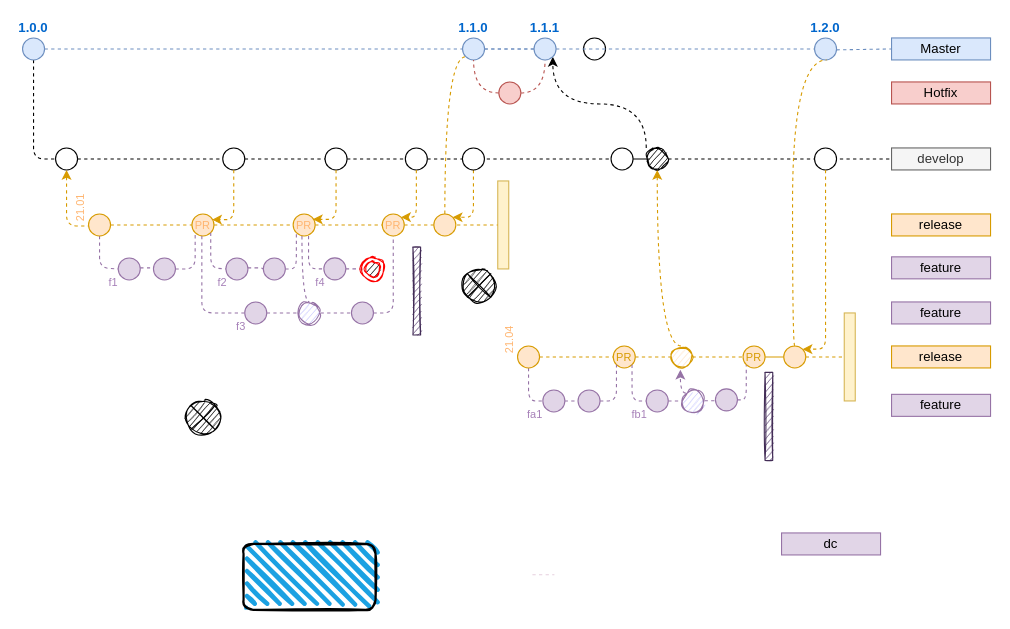
Above: page "mw-roa-rel-simple" (4 of 5) of Untitled Diagram.drawio in salmen/gitflowdiagram (draw.io), before the change. Source tidied: cells renumbered, new cells numbered last; positions are measured from the earlier drawing's top-left corner, leaving out a move shared by most shapes. Both pictures are drawn from the tidied source at 110%, with x=0, y=0 at pixel (22, 37).
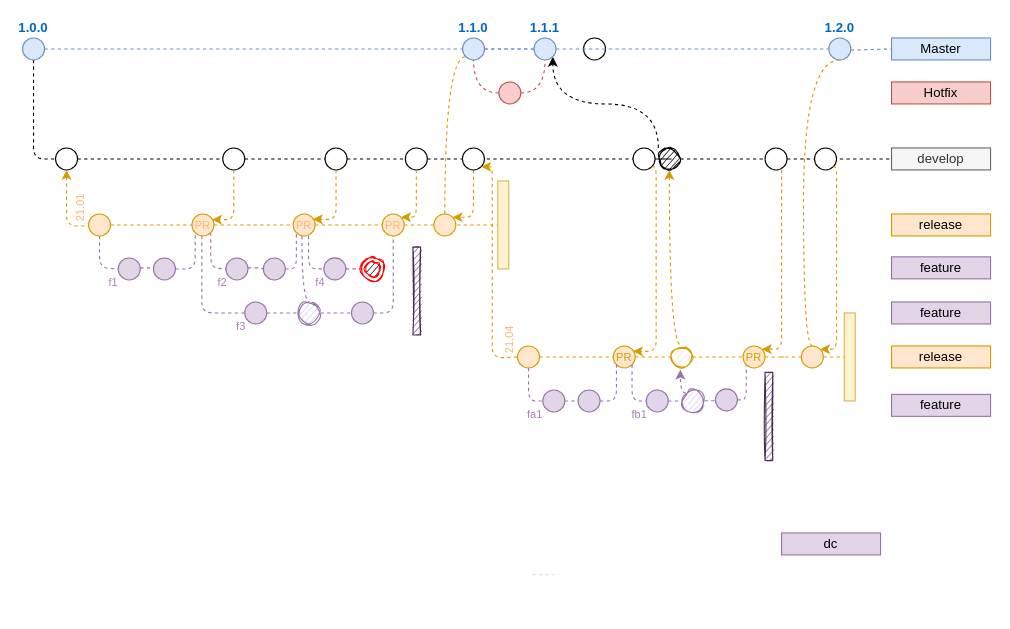
Above is the later version.

Commit message:
fin release 2

The change refers to these unchanged cells:
```xml
<mxCell id="30" value="develop" style="text;html=1;strokeColor=#666666;fillColor=#f5f5f5;align=center;verticalAlign=middle;whiteSpace=wrap;rounded=0;fontColor=#333333;" parent="1" vertex="1">
  <mxGeometry x="790" y="100" width="90" height="20" as="geometry" />
</mxCell>
<mxCell id="53" value="21.04" style="ellipse;whiteSpace=wrap;html=1;fontSize=10;labelPosition=left;verticalLabelPosition=bottom;align=right;verticalAlign=top;fillColor=#ffe6cc;strokeColor=#d79b00;fontColor=#FFB570;horizontal=0;" parent="1" vertex="1">
  <mxGeometry x="450" y="280" width="20" height="20" as="geometry" />
</mxCell>
<mxCell id="67" value="PR" style="ellipse;whiteSpace=wrap;html=1;fontSize=10;labelPosition=center;verticalLabelPosition=middle;align=center;verticalAlign=middle;fillColor=#ffe6cc;strokeColor=#d79b00;fontColor=#D79B00;" parent="1" vertex="1">
  <mxGeometry x="655" y="280" width="20" height="20" as="geometry" />
</mxCell>
<mxCell id="74" value="&lt;br&gt;" style="ellipse;whiteSpace=wrap;html=1;fontSize=10;labelPosition=center;verticalLabelPosition=top;align=center;verticalAlign=bottom;fillColor=#ffe6cc;strokeColor=#d79b00;fontColor=#FFB570;sketch=1;" parent="1" vertex="1">
  <mxGeometry x="589" y="280" width="20" height="20" as="geometry" />
</mxCell>
<mxCell id="92" style="ellipse;whiteSpace=wrap;html=1;fillColor=#FFFFFF;" parent="1" vertex="1">
  <mxGeometry x="720" y="100" width="20" height="20" as="geometry" />
</mxCell>
<mxCell id="107" style="ellipse;whiteSpace=wrap;html=1;fillColor=#FFFFFF;" parent="1" vertex="1">
  <mxGeometry x="399.9" y="100" width="20" height="20" as="geometry" />
</mxCell>
```

Diff of the diagram source:
```diff
@@
     <mxCell id="20" style="ellipse;whiteSpace=wrap;html=1;sketch=1;fillStyle=hachure;fillColor=#000000;" parent="1" vertex="1">
-      <mxGeometry x="567" y="100" width="20" height="20" as="geometry" />
+      <mxGeometry x="578" y="100" width="20" height="20" as="geometry" />
     </mxCell>
@@
-    <mxCell id="28" style="edgeStyle=orthogonalEdgeStyle;rounded=1;jettySize=auto;html=1;dashed=1;endArrow=none;endFill=0;fillColor=#d5e8d4;entryX=0;entryY=0.5;entryDx=0;entryDy=0;" parent="1" edge="1" source="20" target="30">
+    <mxCell id="28" style="edgeStyle=orthogonalEdgeStyle;rounded=1;jettySize=auto;html=1;dashed=1;endArrow=none;endFill=0;fillColor=#d5e8d4;entryX=0;entryY=0.5;entryDx=0;entryDy=0;" parent="1" edge="1" source="114" target="30">
       <mxGeometry relative="1" as="geometry" />
     </mxCell>
@@
     <mxCell id="57" value="&lt;br&gt;" style="ellipse;whiteSpace=wrap;html=1;fontSize=10;labelPosition=center;verticalLabelPosition=top;align=center;verticalAlign=bottom;fillColor=#ffe6cc;strokeColor=#d79b00;fontColor=#FFB570;" parent="1" vertex="1">
-      <mxGeometry x="692" y="280" width="20" height="20" as="geometry" />
+      <mxGeometry x="708" y="280" width="20" height="20" as="geometry" />
     </mxCell>
@@
     <mxCell id="95" style="edgeStyle=orthogonalEdgeStyle;rounded=1;jettySize=auto;html=1;dashed=1;endArrow=none;endFill=0;fontSize=10;fontColor=#FFB570;fillColor=#ffe6cc;strokeColor=#d79b00;startArrow=classic;startFill=1;entryX=0.5;entryY=0;entryDx=0;entryDy=0;elbow=vertical;curved=1;exitX=0.5;exitY=1;exitDx=0;exitDy=0;" parent="1" edge="1" source="20" target="74">
       <mxGeometry relative="1" as="geometry">
         <Array as="points">
-          <mxPoint x="577" y="280" />
+          <mxPoint x="588" y="280" />
         </Array>
       </mxGeometry>
     </mxCell>
@@
     <mxCell id="103" style="ellipse;whiteSpace=wrap;html=1;fillColor=#FFFFFF;" parent="1" vertex="1">
-      <mxGeometry x="535" y="100" width="20" height="20" as="geometry" />
+      <mxGeometry x="555" y="100" width="20" height="20" as="geometry" />
     </mxCell>
     <mxCell id="104" value="1.2.0" style="ellipse;whiteSpace=wrap;html=1;fillColor=#dae8fc;strokeColor=#6c8ebf;fontStyle=1;labelPosition=center;verticalLabelPosition=top;align=center;verticalAlign=bottom;fontColor=#0066CC;" parent="1" vertex="1">
-      <mxGeometry x="720" width="20" height="20" as="geometry" />
+      <mxGeometry x="733" width="20" height="20" as="geometry" />
     </mxCell>
@@
-    <mxCell id="106" style="endArrow=none;dashed=1;html=1;fillColor=#dae8fc;exitX=0.5;exitY=0;exitDx=0;exitDy=0;edgeStyle=orthogonalEdgeStyle;curved=1;entryX=0;entryY=1;entryDx=0;entryDy=0;strokeColor=#D79B00;" parent="1" edge="1" source="57">
+    <mxCell id="106" style="endArrow=none;dashed=1;html=1;fillColor=#dae8fc;exitX=0.5;exitY=0;exitDx=0;exitDy=0;edgeStyle=orthogonalEdgeStyle;curved=1;strokeColor=#D79B00;" parent="1" edge="1" source="57" target="104">
       <mxGeometry relative="1" as="geometry">
-        <mxPoint x="731" y="20" as="targetPoint" />
         <Array as="points">
-          <mxPoint x="700" y="280" />
-          <mxPoint x="700" y="20" />
+          <mxPoint x="710" y="280" />
+          <mxPoint x="710" y="20" />
         </Array>
       </mxGeometry>
     </mxCell>
@@
-    <mxCell id="108" style="edgeStyle=orthogonalEdgeStyle;rounded=1;jettySize=auto;html=1;dashed=1;endArrow=classic;endFill=1;fontSize=10;fontColor=#FFB570;fillColor=#ffe6cc;strokeColor=#d79b00;exitX=0.5;exitY=1;exitDx=0;exitDy=0;entryX=1;entryY=0;entryDx=0;entryDy=0;" parent="1" edge="1" source="92" target="57">
+    <mxCell id="108" style="edgeStyle=orthogonalEdgeStyle;rounded=1;jettySize=auto;html=1;dashed=1;endArrow=classic;endFill=1;fontSize=10;fontColor=#FFB570;fillColor=#ffe6cc;strokeColor=#d79b00;exitX=1;exitY=1;exitDx=0;exitDy=0;entryX=1;entryY=0;entryDx=0;entryDy=0;" parent="1" edge="1" source="92" target="57">
       <mxGeometry relative="1" as="geometry">
         <Array as="points">
-          <mxPoint x="730" y="283" />
+          <mxPoint x="740" y="117" />
+          <mxPoint x="740" y="283" />
         </Array>
       </mxGeometry>
     </mxCell>
-    <mxCell id="109" style="shape=sumEllipse;perimeter=ellipsePerimeter;whiteSpace=wrap;html=1;backgroundOutline=1;shadow=0;sketch=1;fillColor=#000000;gradientColor=none;fontSize=10;fontColor=#D79B00;" parent="1" vertex="1">
-      <mxGeometry x="400" y="210" width="30" height="30" as="geometry" />
-    </mxCell>
-    <mxCell id="110" style="shape=sumEllipse;perimeter=ellipsePerimeter;whiteSpace=wrap;html=1;backgroundOutline=1;shadow=0;sketch=1;fillColor=#000000;gradientColor=none;fontSize=10;fontColor=#D79B00;" parent="1" vertex="1">
-      <mxGeometry x="149" y="330" width="30" height="30" as="geometry" />
-    </mxCell>
-    <mxCell id="111" style="rounded=1;whiteSpace=wrap;html=1;strokeWidth=2;fillWeight=4;hachureGap=8;hachureAngle=45;fillColor=#1ba1e2;sketch=1;" parent="1" vertex="1">
-      <mxGeometry x="200.9" y="460" width="120" height="60" as="geometry" />
-    </mxCell>
+    <mxCell id="112" style="edgeStyle=orthogonalEdgeStyle;rounded=1;jettySize=auto;html=1;dashed=1;endArrow=none;endFill=0;fontSize=10;fontColor=#FFB570;fillColor=#ffe6cc;strokeColor=#d79b00;exitX=1;exitY=1;exitDx=0;exitDy=0;startArrow=classic;startFill=1;entryX=0;entryY=0.5;entryDx=0;entryDy=0;" parent="1" edge="1" source="107" target="53">
+      <mxGeometry relative="1" as="geometry">
+        <Array as="points">
+          <mxPoint x="427" y="117" />
+          <mxPoint x="427" y="291" />
+          <mxPoint x="450" y="291" />
+        </Array>
+      </mxGeometry>
+    </mxCell>
+    <mxCell id="113" style="edgeStyle=orthogonalEdgeStyle;rounded=1;jettySize=auto;html=1;dashed=1;endArrow=classic;endFill=1;fontSize=10;fontColor=#FFB570;fillColor=#ffe6cc;strokeColor=#d79b00;entryX=0.894;entryY=0.244;entryDx=0;entryDy=0;exitX=1;exitY=1;exitDx=0;exitDy=0;entryPerimeter=0;" parent="1" edge="1" source="103">
+      <mxGeometry relative="1" as="geometry">
+        <mxPoint x="555" y="284.9" as="targetPoint" />
+        <Array as="points">
+          <mxPoint x="576" y="117" />
+          <mxPoint x="576" y="285" />
+        </Array>
+      </mxGeometry>
+    </mxCell>
+    <mxCell id="114" style="ellipse;whiteSpace=wrap;html=1;fillColor=#FFFFFF;" parent="1" vertex="1">
+      <mxGeometry x="675" y="100" width="20" height="20" as="geometry" />
+    </mxCell>
+    <mxCell id="115" style="edgeStyle=orthogonalEdgeStyle;rounded=1;jettySize=auto;html=1;dashed=1;endArrow=none;endFill=0;fillColor=#d5e8d4;entryX=0;entryY=0.5;entryDx=0;entryDy=0;" parent="1" edge="1" source="20" target="114">
+      <mxGeometry relative="1" as="geometry" />
+    </mxCell>
+    <mxCell id="116" style="edgeStyle=orthogonalEdgeStyle;rounded=1;jettySize=auto;html=1;dashed=1;endArrow=classic;endFill=1;fontSize=10;fontColor=#FFB570;fillColor=#ffe6cc;strokeColor=#d79b00;entryX=1;entryY=0;entryDx=0;entryDy=0;" parent="1" edge="1" target="67">
+      <mxGeometry relative="1" as="geometry">
+        <mxPoint x="690" y="120" as="sourcePoint" />
+        <Array as="points">
+          <mxPoint x="690" y="283" />
+        </Array>
+      </mxGeometry>
+    </mxCell>
```
